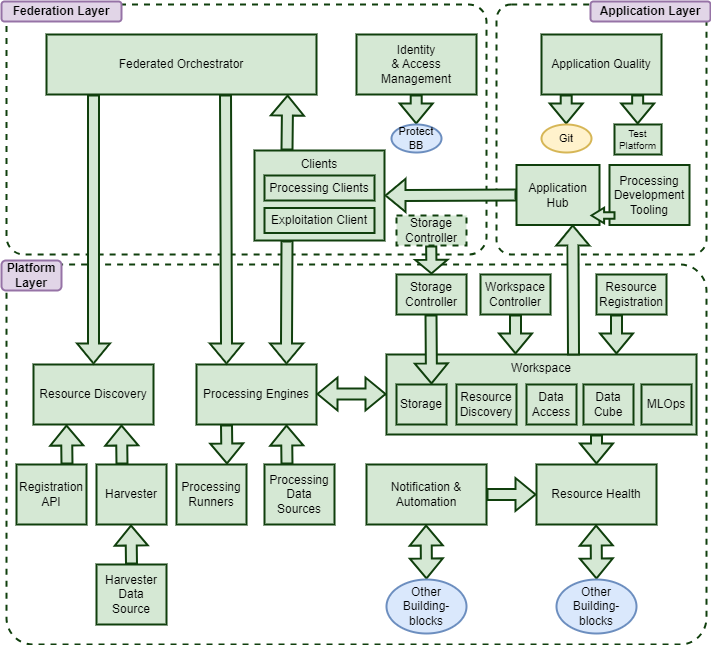
The draw.io diagram docs/reference-architecture/diagrams/high-level-architecture.drawio.png in EOEPCA/system-architecture, before a commit. Source tidied: cells renumbered, new cells last; positions are measured from the earlier drawing's top-left corner, leaving out a move shared by most shapes.
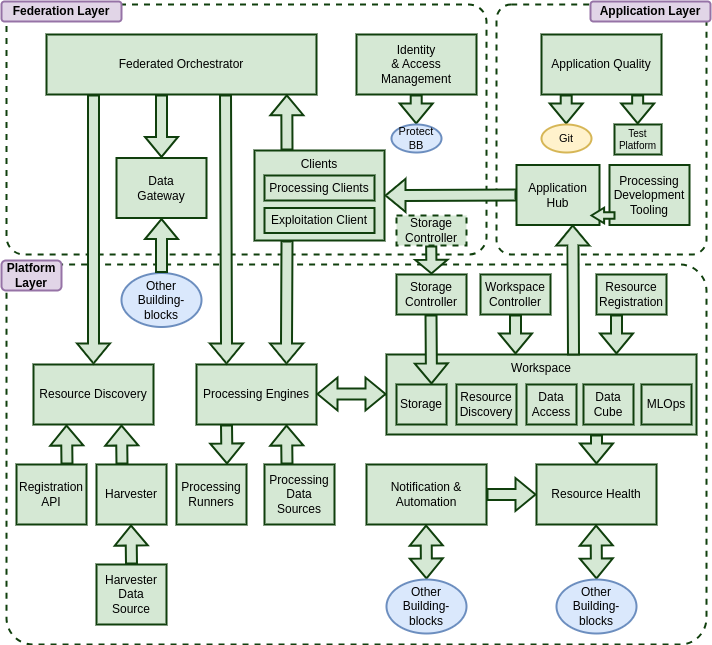
After the commit.

Commit message:
Add Data Gateway to high-level architecture

The edit, as a diff of the source:
```diff
@@ -85,7 +85,7 @@
     <mxCell id="26" value="Notification &amp;amp; Automation" style="rounded=0;whiteSpace=wrap;html=1;fillColor=#d5e8d4;strokeColor=#103F0D;strokeWidth=2;" parent="1" vertex="1">
       <mxGeometry x="365" y="463" width="120" height="60" as="geometry" />
     </mxCell>
-    <mxCell id="27" style="shape=flexArrow;endArrow=classic;html=1;rounded=0;entryX=0.893;entryY=1;entryDx=0;entryDy=0;fillColor=#d5e8d4;strokeColor=#103F0D;exitX=0.25;exitY=0;exitDx=0;exitDy=0;strokeWidth=2;entryPerimeter=0;" parent="1" edge="1" source="30" target="7">
+    <mxCell id="27" style="shape=flexArrow;endArrow=classic;html=1;rounded=0;entryX=0.89;entryY=0.996;entryDx=0;entryDy=0;fillColor=#d5e8d4;strokeColor=#103F0D;exitX=0.25;exitY=0;exitDx=0;exitDy=0;strokeWidth=2;entryPerimeter=0;" parent="1" edge="1" source="30" target="7">
       <mxGeometry relative="1" as="geometry" />
     </mxCell>
     <mxCell id="28" value="Resource Registration" style="rounded=0;whiteSpace=wrap;html=1;fillColor=#d5e8d4;strokeColor=#103F0D;strokeWidth=2;" parent="1" vertex="1">
@@ -219,6 +219,9 @@
     <mxCell id="60" value="Harvester" style="rounded=0;whiteSpace=wrap;html=1;fillColor=#d5e8d4;strokeColor=#103F0D;strokeWidth=2;" parent="1" vertex="1">
       <mxGeometry x="95" y="463" width="70" height="60" as="geometry" />
     </mxCell>
+    <mxCell id="65" style="edgeStyle=orthogonalEdgeStyle;rounded=0;jettySize=auto;html=1;" parent="1" edge="1" source="61" target="60">
+      <mxGeometry relative="1" as="geometry" />
+    </mxCell>
     <mxCell id="61" value="Harvester&lt;br&gt;Data&lt;br&gt;Source" style="rounded=0;whiteSpace=wrap;html=1;fillColor=#d5e8d4;strokeColor=#103F0D;strokeWidth=2;" parent="1" vertex="1">
       <mxGeometry x="95" y="563" width="70" height="60" as="geometry" />
     </mxCell>
@@ -240,5 +243,19 @@
         <mxPoint x="130" y="563" as="targetPoint" />
       </mxGeometry>
     </mxCell>
+    <mxCell id="66" value="Data&lt;div&gt;Gateway&lt;/div&gt;" style="rounded=0;whiteSpace=wrap;html=1;fillColor=#d5e8d4;strokeColor=#103F0D;strokeWidth=2;" parent="1" vertex="1">
+      <mxGeometry x="115" y="156.5" width="90" height="60" as="geometry" />
+    </mxCell>
+    <mxCell id="67" value="Other Building-blocks" style="ellipse;whiteSpace=wrap;html=1;fillColor=#dae8fc;strokeColor=#6c8ebf;strokeWidth=2;" parent="1" vertex="1">
+      <mxGeometry x="120" y="271.5" width="80" height="54" as="geometry" />
+    </mxCell>
+    <mxCell id="68" style="shape=flexArrow;endArrow=none;html=1;rounded=0;fillColor=#d5e8d4;strokeColor=#103F0D;strokeWidth=2;startArrow=block;endFill=0;exitX=0.5;exitY=1;exitDx=0;exitDy=0;" parent="1" edge="1" source="66" target="67">
+      <mxGeometry relative="1" as="geometry" />
+    </mxCell>
+    <mxCell id="69" style="shape=flexArrow;endArrow=none;html=1;rounded=0;fillColor=#d5e8d4;strokeColor=#103F0D;strokeWidth=2;startArrow=block;endFill=0;exitX=0.5;exitY=0;exitDx=0;exitDy=0;" parent="1" edge="1" source="66">
+      <mxGeometry relative="1" as="geometry">
+        <mxPoint x="160" y="93" as="targetPoint" />
+      </mxGeometry>
+    </mxCell>
   </root>
 </mxGraphModel>
```
